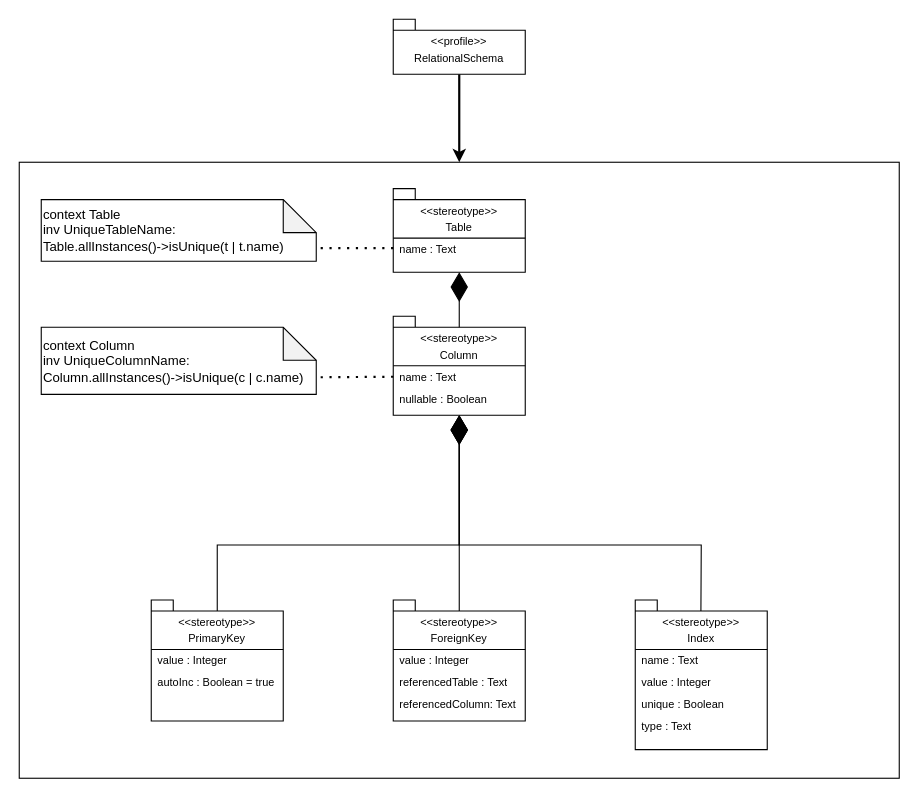
This is OOD/ProfileDiagram.drawio from ondrejsvorc/UJEP, a draw.io file, before an edit. Source tidied: cells renumbered, new cells numbered last; positions are measured from the earlier drawing's top-left corner, leaving out a move shared by most shapes. Both pictures are drawn from the tidied source at 110%, with x=0, y=0 at pixel (19, 19).
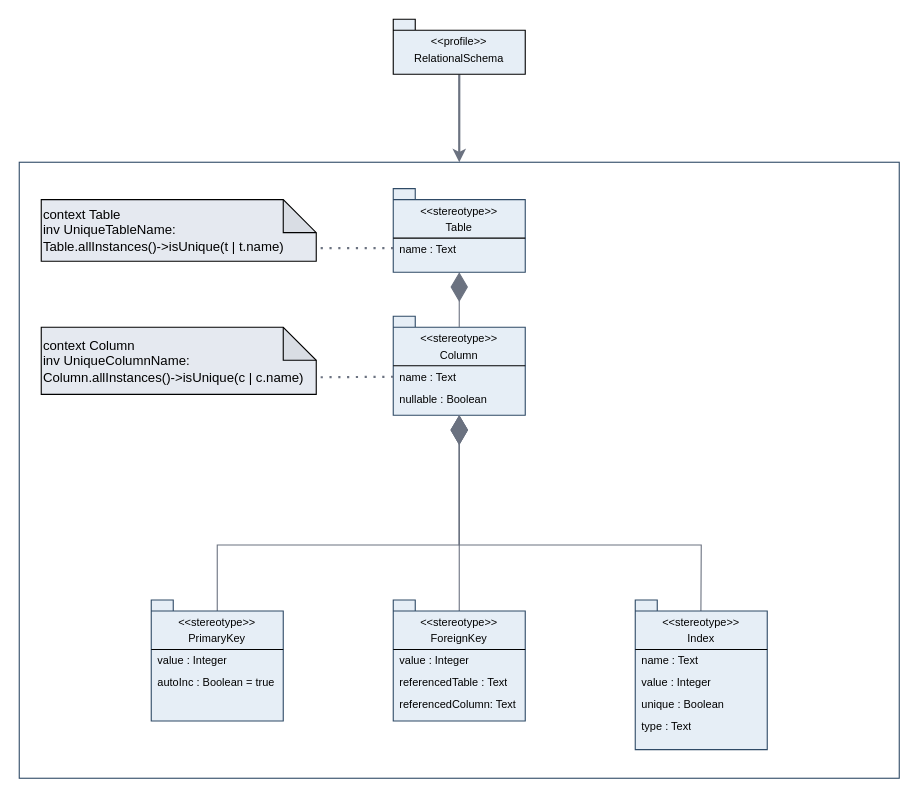
The same diagram, later.

The change refers to these unchanged cells:
```xml
<mxCell id="5" value="&amp;lt;&amp;lt;stereotype&amp;gt;&amp;gt;" style="text;html=1;whiteSpace=wrap;strokeColor=none;fillColor=none;align=center;verticalAlign=middle;rounded=0;fontSize=10;" parent="1" vertex="1">
  <mxGeometry x="370" y="280" width="60" height="20" as="geometry" />
</mxCell>
<mxCell id="29" value="&amp;lt;&amp;lt;stereotype&amp;gt;&amp;gt;" style="text;html=1;whiteSpace=wrap;strokeColor=none;fillColor=none;align=center;verticalAlign=middle;rounded=0;fontSize=10;" parent="1" vertex="1">
  <mxGeometry x="150" y="538" width="60" height="20" as="geometry" />
</mxCell>
<mxCell id="35" value="&lt;font style=&quot;font-size: 10px;&quot;&gt;name : Text&lt;/font&gt;" style="text;strokeColor=none;fillColor=none;align=left;verticalAlign=middle;spacingLeft=4;spacingRight=4;overflow=hidden;points=[[0,0.5],[1,0.5]];portConstraint=eastwest;whiteSpace=wrap;html=1;" parent="1" vertex="1">
  <mxGeometry x="340" y="315" width="120" height="20" as="geometry" />
</mxCell>
```

What changed in the source:
```diff
@@
-    <mxCell id="2" style="endArrow=classic;html=1;rounded=0;strokeWidth=2;exitX=0.5;exitY=1;exitDx=0;exitDy=0;exitPerimeter=0;" parent="1" edge="1" source="10" target="3">
+    <mxCell id="2" style="endArrow=classic;html=1;rounded=0;strokeWidth=2;exitX=0.5;exitY=1;exitDx=0;exitDy=0;exitPerimeter=0;strokeColor=#6B7280;" parent="1" edge="1" source="10" target="3">
       <mxGeometry relative="1" as="geometry" />
     </mxCell>
-    <mxCell id="3" style="rounded=0;whiteSpace=wrap;html=1;" parent="1" vertex="1">
+    <mxCell id="3" style="rounded=0;whiteSpace=wrap;html=1;strokeColor=#2F4A66;" parent="1" vertex="1">
       <mxGeometry y="130" width="800" height="560" as="geometry" />
     </mxCell>
-    <mxCell id="4" style="shape=folder;fontStyle=1;spacingTop=10;tabWidth=20;tabHeight=10;tabPosition=left;html=1;whiteSpace=wrap;" parent="1" vertex="1">
+    <mxCell id="4" style="shape=folder;fontStyle=1;spacingTop=10;tabWidth=20;tabHeight=10;tabPosition=left;html=1;whiteSpace=wrap;fillColor=#E6EEF6;strokeColor=#2F4A66;" parent="1" vertex="1">
       <mxGeometry x="340" y="270" width="120" height="90" as="geometry" />
     </mxCell>
@@
-    <mxCell id="9" style="group;" parent="1" vertex="1">
+    <mxCell id="9" style="group;fillColor=default;" parent="1" vertex="1">
       <mxGeometry x="340" width="120" height="50" as="geometry" />
     </mxCell>
-    <mxCell id="10" style="shape=folder;fontStyle=1;spacingTop=10;tabWidth=20;tabHeight=10;tabPosition=left;html=1;whiteSpace=wrap;" parent="9" vertex="1">
+    <mxCell id="10" style="shape=folder;fontStyle=1;spacingTop=10;tabWidth=20;tabHeight=10;tabPosition=left;html=1;whiteSpace=wrap;fillColor=#E6EEF6;" parent="9" vertex="1">
       <mxGeometry width="120" height="50" as="geometry" />
     </mxCell>
@@
-    <mxCell id="13" style="endArrow=diamondThin;endFill=1;endSize=24;html=1;rounded=0;exitX=0.5;exitY=0;exitDx=0;exitDy=0;" parent="1" edge="1" source="29">
+    <mxCell id="13" style="endArrow=diamondThin;endFill=1;endSize=24;html=1;rounded=0;exitX=0.5;exitY=0;exitDx=0;exitDy=0;strokeColor=#6B7280;" parent="1" edge="1" source="29">
       <mxGeometry relative="1" as="geometry">
         <mxPoint x="400" y="360" as="targetPoint" />
         <Array as="points">
           <mxPoint x="180" y="478" />
           <mxPoint x="400" y="478" />
         </Array>
       </mxGeometry>
     </mxCell>
-    <mxCell id="14" style="endArrow=diamondThin;endFill=1;endSize=24;html=1;rounded=0;exitX=0.5;exitY=0;exitDx=0;exitDy=0;entryX=0.5;entryY=1;entryDx=0;entryDy=0;entryPerimeter=0;" parent="1" edge="1" target="4">
+    <mxCell id="14" style="endArrow=diamondThin;endFill=1;endSize=24;html=1;rounded=0;exitX=0.5;exitY=0;exitDx=0;exitDy=0;entryX=0.5;entryY=1;entryDx=0;entryDy=0;entryPerimeter=0;strokeColor=#6B7280;" parent="1" edge="1" target="4">
       <mxGeometry relative="1" as="geometry">
         <mxPoint x="400" y="538" as="sourcePoint" />
         <Array as="points">
           <mxPoint x="400" y="478" />
         </Array>
       </mxGeometry>
     </mxCell>
-    <mxCell id="15" style="endArrow=diamondThin;endFill=1;endSize=24;html=1;rounded=0;exitX=0.5;exitY=0;exitDx=0;exitDy=0;entryX=0.5;entryY=1;entryDx=0;entryDy=0;entryPerimeter=0;" parent="1" edge="1" target="4">
+    <mxCell id="15" style="endArrow=diamondThin;endFill=1;endSize=24;html=1;rounded=0;exitX=0.5;exitY=0;exitDx=0;exitDy=0;entryX=0.5;entryY=1;entryDx=0;entryDy=0;entryPerimeter=0;strokeColor=#6B7280;" parent="1" edge="1" target="4">
       <mxGeometry relative="1" as="geometry">
         <mxPoint x="619.7" y="538" as="sourcePoint" />
         <Array as="points">
           <mxPoint x="620" y="478" />
           <mxPoint x="400" y="478" />
         </Array>
       </mxGeometry>
     </mxCell>
-    <mxCell id="16" style="shape=folder;fontStyle=1;spacingTop=10;tabWidth=20;tabHeight=10;tabPosition=left;html=1;whiteSpace=wrap;" parent="1" vertex="1">
+    <mxCell id="16" style="shape=folder;fontStyle=1;spacingTop=10;tabWidth=20;tabHeight=10;tabPosition=left;html=1;whiteSpace=wrap;fillColor=#E6EEF6;strokeColor=#2F4A66;" parent="1" vertex="1">
       <mxGeometry x="340" y="528" width="120" height="110" as="geometry" />
     </mxCell>
@@
-    <mxCell id="21" style="shape=folder;fontStyle=1;spacingTop=10;tabWidth=20;tabHeight=10;tabPosition=left;html=1;whiteSpace=wrap;" parent="1" vertex="1">
+    <mxCell id="21" style="shape=folder;fontStyle=1;spacingTop=10;tabWidth=20;tabHeight=10;tabPosition=left;html=1;whiteSpace=wrap;fillColor=#E6EEF6;strokeColor=#2F4A66;" parent="1" vertex="1">
       <mxGeometry x="560" y="528" width="120" height="136" as="geometry" />
     </mxCell>
@@
-    <mxCell id="28" style="shape=folder;fontStyle=1;spacingTop=10;tabWidth=20;tabHeight=10;tabPosition=left;html=1;whiteSpace=wrap;" parent="1" vertex="1">
+    <mxCell id="28" style="shape=folder;fontStyle=1;spacingTop=10;tabWidth=20;tabHeight=10;tabPosition=left;html=1;whiteSpace=wrap;fillColor=#E6EEF6;strokeColor=#2F4A66;" parent="1" vertex="1">
       <mxGeometry x="120" y="528" width="120" height="110" as="geometry" />
     </mxCell>
@@
-    <mxCell id="34" style="endArrow=diamondThin;endFill=1;endSize=24;html=1;rounded=0;entryX=0.5;entryY=1;entryDx=0;entryDy=0;entryPerimeter=0;exitX=0.5;exitY=0;exitDx=0;exitDy=0;" parent="1" edge="1" source="5" target="36">
+    <mxCell id="34" style="endArrow=diamondThin;endFill=1;endSize=24;html=1;rounded=0;entryX=0.5;entryY=1;entryDx=0;entryDy=0;entryPerimeter=0;exitX=0.5;exitY=0;exitDx=0;exitDy=0;strokeColor=#6B7280;" parent="1" edge="1" source="5" target="36">
       <mxGeometry relative="1" as="geometry" />
     </mxCell>
@@
-    <mxCell id="36" style="shape=folder;fontStyle=1;spacingTop=10;tabWidth=20;tabHeight=10;tabPosition=left;html=1;whiteSpace=wrap;" parent="1" vertex="1">
+    <mxCell id="36" style="shape=folder;fontStyle=1;spacingTop=10;tabWidth=20;tabHeight=10;tabPosition=left;html=1;whiteSpace=wrap;fillColor=#E6EEF6;strokeColor=#2F4A66;" parent="1" vertex="1">
       <mxGeometry x="340" y="154" width="120" height="76" as="geometry" />
     </mxCell>
@@
-    <mxCell id="44" value="&lt;div&gt;context Table&lt;br/&gt;inv UniqueTableName:&lt;br/&gt;  Table.allInstances()-&amp;gt;isUnique(t | t.name)&lt;/div&gt;" style="shape=note;whiteSpace=wrap;html=1;backgroundOutline=1;darkOpacity=0.05;align=left;" parent="1" vertex="1">
+    <mxCell id="44" value="&lt;div&gt;context Table&lt;br/&gt;inv UniqueTableName:&lt;br/&gt;  Table.allInstances()-&amp;gt;isUnique(t | t.name)&lt;/div&gt;" style="shape=note;whiteSpace=wrap;html=1;backgroundOutline=1;darkOpacity=0.05;align=left;fillColor=#E5E9F0;" parent="1" vertex="1">
       <mxGeometry x="20" y="164" width="250" height="56" as="geometry" />
     </mxCell>
-    <mxCell id="45" value="&lt;div&gt;context Column&lt;br&gt;inv UniqueColumnName:&lt;br&gt;  Column.allInstances()-&amp;gt;isUnique(c | c.name)&lt;/div&gt;" style="shape=note;whiteSpace=wrap;html=1;backgroundOutline=1;darkOpacity=0.05;align=left;" parent="1" vertex="1">
+    <mxCell id="45" value="&lt;div&gt;context Column&lt;br&gt;inv UniqueColumnName:&lt;br&gt;  Column.allInstances()-&amp;gt;isUnique(c | c.name)&lt;/div&gt;" style="shape=note;whiteSpace=wrap;html=1;backgroundOutline=1;darkOpacity=0.05;align=left;fillColor=#E5E9F0;" parent="1" vertex="1">
       <mxGeometry x="20" y="280" width="250" height="61" as="geometry" />
     </mxCell>
-    <mxCell id="46" style="endArrow=none;dashed=1;html=1;dashPattern=1 3;strokeWidth=2;rounded=0;entryX=0;entryY=0;entryDx=250;entryDy=45.5;entryPerimeter=0;exitX=0;exitY=0.5;exitDx=0;exitDy=0;" parent="1" edge="1" source="35" target="45">
+    <mxCell id="46" style="endArrow=none;dashed=1;html=1;dashPattern=1 3;strokeWidth=2;rounded=0;entryX=0;entryY=0;entryDx=250;entryDy=45.5;entryPerimeter=0;exitX=0;exitY=0.5;exitDx=0;exitDy=0;strokeColor=#6B7280;" parent="1" edge="1" source="35" target="45">
       <mxGeometry relative="1" as="geometry" />
     </mxCell>
-    <mxCell id="47" style="endArrow=none;dashed=1;html=1;dashPattern=1 3;strokeWidth=2;rounded=0;exitX=0;exitY=0.5;exitDx=0;exitDy=0;" parent="1" edge="1">
+    <mxCell id="47" style="endArrow=none;dashed=1;html=1;dashPattern=1 3;strokeWidth=2;rounded=0;exitX=0;exitY=0.5;exitDx=0;exitDy=0;strokeColor=#6B7280;" parent="1" edge="1">
       <mxGeometry relative="1" as="geometry">
         <mxPoint x="340" y="208" as="sourcePoint" />
         <mxPoint x="270" y="208" as="targetPoint" />
       </mxGeometry>
     </mxCell>
```
